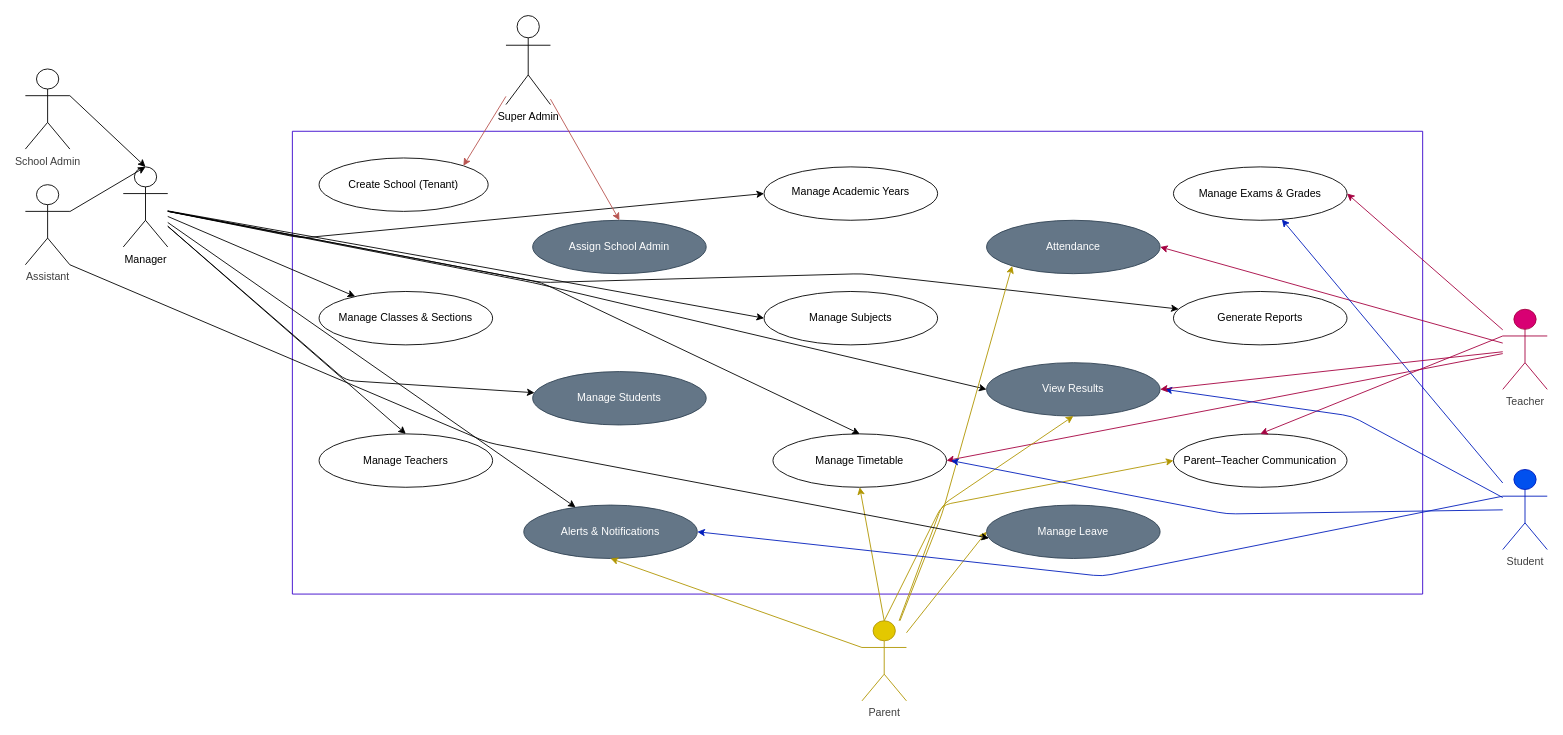
Earlier version of the draw.io diagram Design/UCD.dio (Muh-IQ/School-Management-System). Source tidied: cells renumbered, new cells numbered last; positions are measured from the earlier drawing's top-left corner, leaving out a move shared by most shapes. Both pictures are drawn from the tidied source at 89%, with x=0, y=0 at pixel (25, 15).
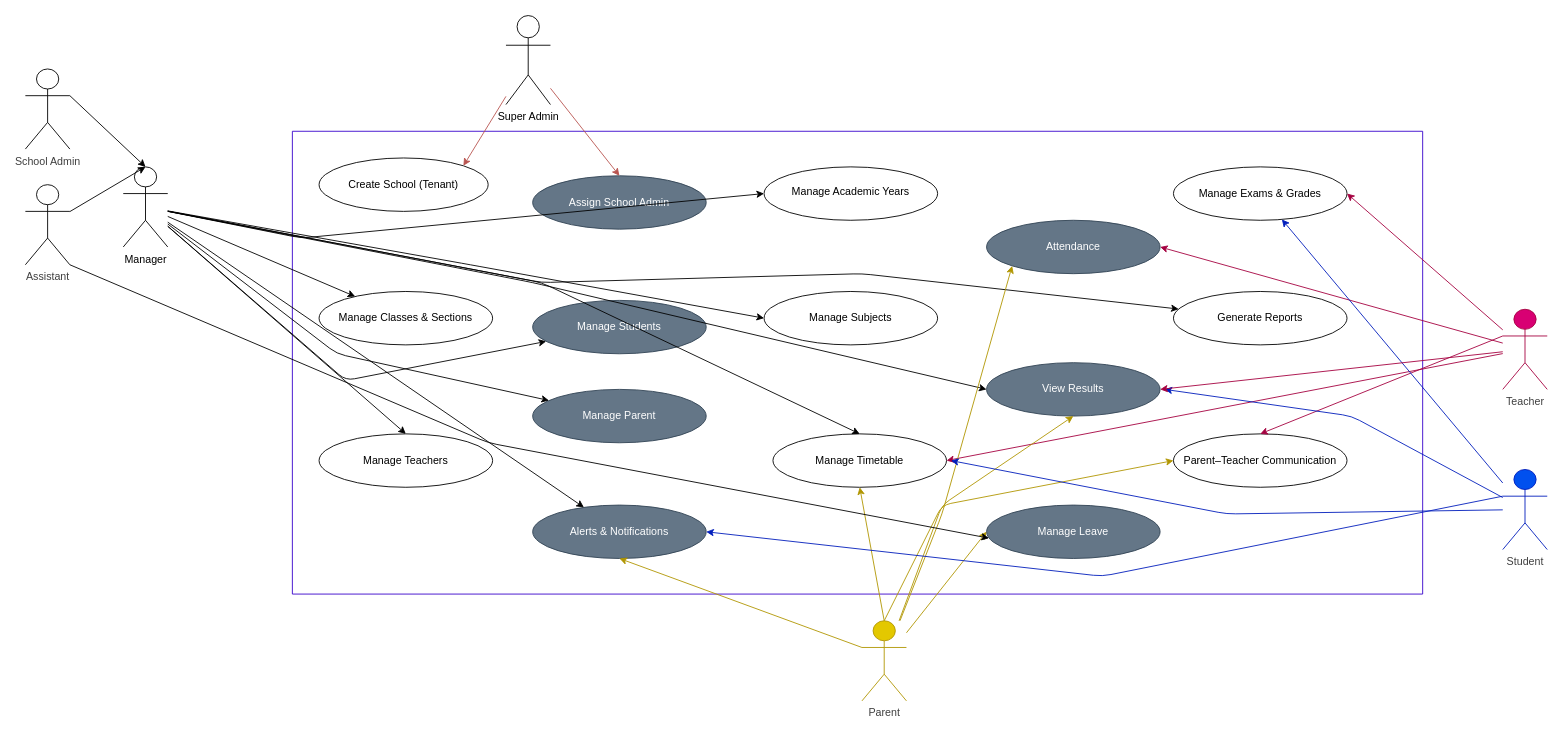
The same page after the edit.

Commit message (it also covers changes not shown here):
add new txt for explain moduler at design file

Unchanged cells that the change refers to:
```xml
<mxCell id="2" style="swimlane;startSize=0;fillColor=#FF99FF;strokeColor=#3700CC;fontColor=#ffffff;gradientColor=default;" parent="1" vertex="1">
  <mxGeometry x="300" y="130" width="1270" height="520" as="geometry" />
</mxCell>
<mxCell id="28" value="Manager" style="shape=umlActor;verticalLabelPosition=bottom;verticalAlign=top;html=1;outlineConnect=0;" parent="1" vertex="1">
  <mxGeometry x="110" y="170" width="50" height="90" as="geometry" />
</mxCell>
```

Change to the diagram source:
```diff
@@
     <mxCell id="4" value="Assign School Admin" style="ellipse;whiteSpace=wrap;html=1;fillColor=#647687;fontColor=#ffffff;strokeColor=#314354;" parent="2" vertex="1">
-      <mxGeometry x="270" y="100" width="195" height="60" as="geometry" />
+      <mxGeometry x="270" y="50" width="195" height="60" as="geometry" />
     </mxCell>
@@
     <mxCell id="8" value="Manage Students" style="ellipse;whiteSpace=wrap;html=1;fillColor=#647687;fontColor=#ffffff;strokeColor=#314354;" parent="2" vertex="1">
-      <mxGeometry x="270" y="270" width="195" height="60" as="geometry" />
+      <mxGeometry x="270" y="190" width="195" height="60" as="geometry" />
     </mxCell>
@@
     <mxCell id="16" value="Alerts &amp;amp; Notifications" style="ellipse;whiteSpace=wrap;html=1;fillColor=#647687;fontColor=#ffffff;strokeColor=#314354;" parent="2" vertex="1">
-      <mxGeometry x="260" y="420" width="195" height="60" as="geometry" />
+      <mxGeometry x="270" y="420" width="195" height="60" as="geometry" />
     </mxCell>
@@
+    <mxCell id="54" value="Manage Parent" style="ellipse;whiteSpace=wrap;html=1;fillColor=#647687;fontColor=#ffffff;strokeColor=#314354;" parent="2" vertex="1">
+      <mxGeometry x="270" y="290" width="195" height="60" as="geometry" />
+    </mxCell>
@@
+    <mxCell id="55" style="edgeStyle=none;html=1;" parent="1" edge="1" source="28" target="54">
+      <mxGeometry relative="1" as="geometry">
+        <Array as="points">
+          <mxPoint x="350" y="380" />
+        </Array>
+      </mxGeometry>
+    </mxCell>
```
